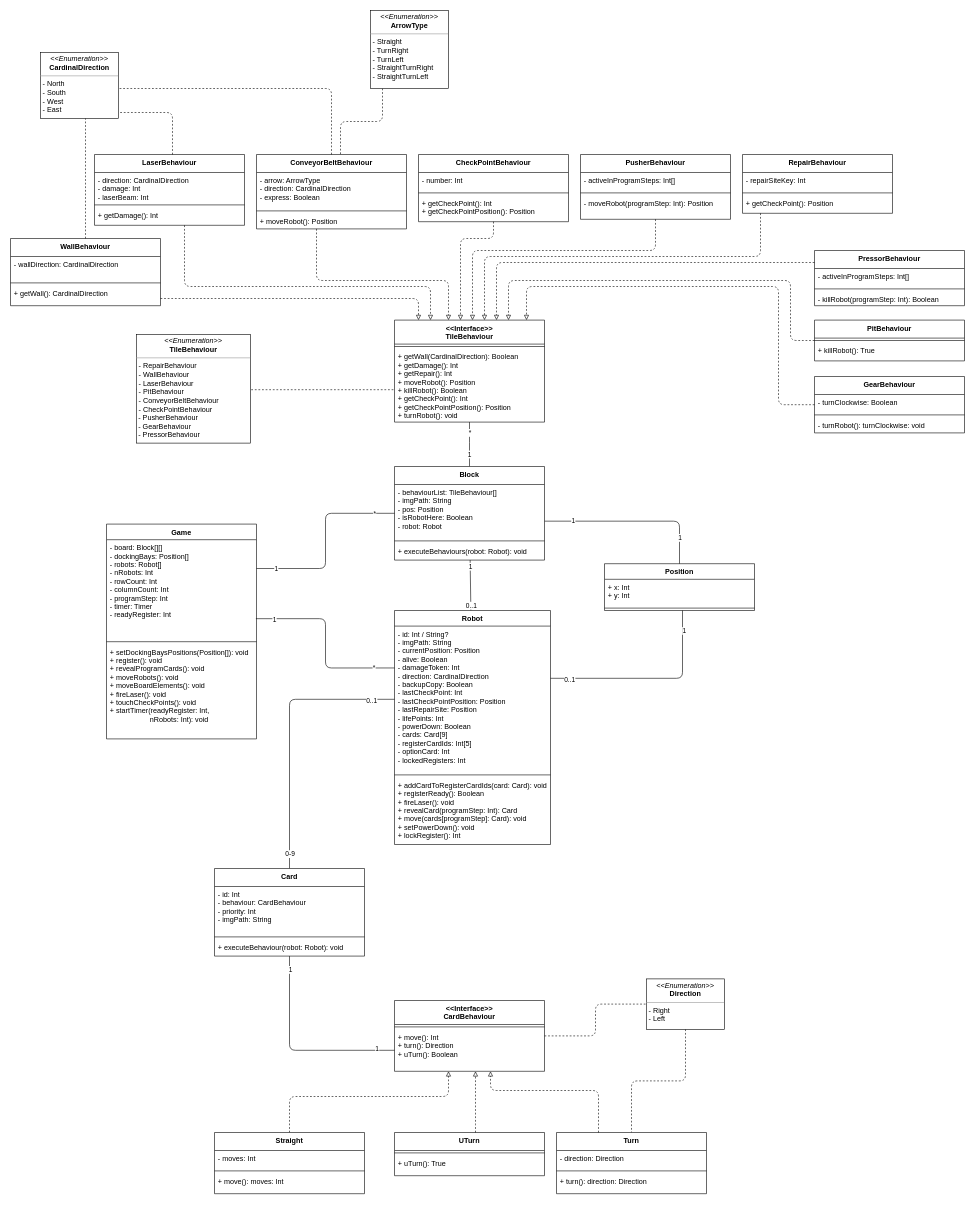
Before: page "Page-1" (1 of 3) of server/documentation_server/gameClassDiagram.drawio in moritzscheer/swp2022a, a draw.io diagram. Source tidied: cells renumbered, new cells numbered last; positions are measured from the earlier drawing's top-left corner, leaving out a move shared by most shapes. Both pictures are drawn from the tidied source at 60%, with x=0, y=0 at pixel (10, 10).
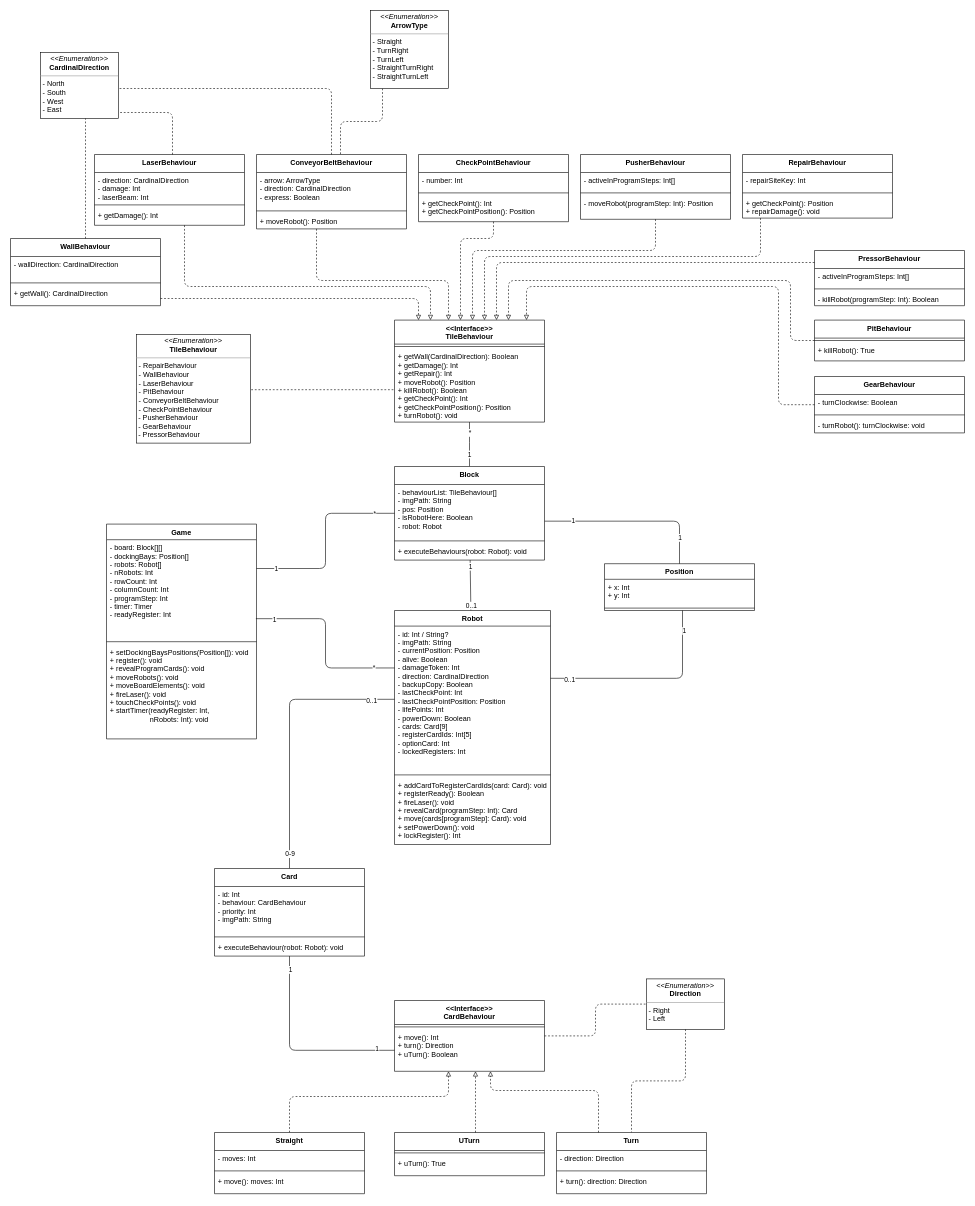
The same page after the edit.

Unchanged cells that the change refers to:
```xml
<mxCell id="18" value="Robot" style="swimlane;fontStyle=1;align=center;verticalAlign=top;horizontal=1;startSize=26;" parent="1" vertex="1">
  <mxGeometry x="640" y="1000" width="260" height="390" as="geometry" />
</mxCell>
```

Diff of the diagram source:
```diff
@@
-    <mxCell id="19" value="- id: Int / String?&#10;- imgPath: String&#10;- currentPosition: Position&#10;- alive: Boolean&#10;- damageToken: Int&#10;- direction: CardinalDirection&#10;- backupCopy: Boolean&#10;- lastCheckPoint: Int&#10;- lastCheckPointPosition: Position&#10;- lastRepairSite: Position&#10;- lifePoints: Int&#10;- powerDown: Boolean&#10;- cards: Card[9]&#10;- registerCardIds: Int[5] &#10;- optionCard: Int&#10;- lockedRegisters: Int" style="text;strokeColor=none;fillColor=none;align=left;verticalAlign=top;spacingLeft=4;spacingRight=4;overflow=hidden;points=[[0,0.5],[1,0.5]];portConstraint=eastwest;" parent="18" vertex="1">
+    <mxCell id="19" value="- id: Int / String?&#10;- imgPath: String&#10;- currentPosition: Position&#10;- alive: Boolean&#10;- damageToken: Int&#10;- direction: CardinalDirection&#10;- backupCopy: Boolean&#10;- lastCheckPoint: Int&#10;- lastCheckPointPosition: Position&#10;- lifePoints: Int&#10;- powerDown: Boolean&#10;- cards: Card[9]&#10;- registerCardIds: Int[5] &#10;- optionCard: Int&#10;- lockedRegisters: Int" style="text;strokeColor=none;fillColor=none;align=left;verticalAlign=top;spacingLeft=4;spacingRight=4;overflow=hidden;points=[[0,0.5],[1,0.5]];portConstraint=eastwest;" parent="18" vertex="1">
       <mxGeometry y="26" width="260" height="244" as="geometry" />
     </mxCell>
@@
     <mxCell id="36" value="RepairBehaviour" style="swimlane;fontStyle=1;align=center;verticalAlign=top;horizontal=1;startSize=30;" parent="1" vertex="1">
-      <mxGeometry x="1220" y="240" width="250" height="98" as="geometry" />
+      <mxGeometry x="1220" y="240" width="250" height="106" as="geometry" />
     </mxCell>
@@
-    <mxCell id="39" value="+ getCheckPoint(): Position" style="text;strokeColor=none;fillColor=none;align=left;verticalAlign=top;spacingLeft=4;spacingRight=4;overflow=hidden;" parent="36" vertex="1">
-      <mxGeometry y="68" width="250" height="30" as="geometry" />
+    <mxCell id="39" value="+ getCheckPoint(): Position&#10;+ repairDamage(): void" style="text;strokeColor=none;fillColor=none;align=left;verticalAlign=top;spacingLeft=4;spacingRight=4;overflow=hidden;" parent="36" vertex="1">
+      <mxGeometry y="68" width="250" height="38" as="geometry" />
     </mxCell>
```
